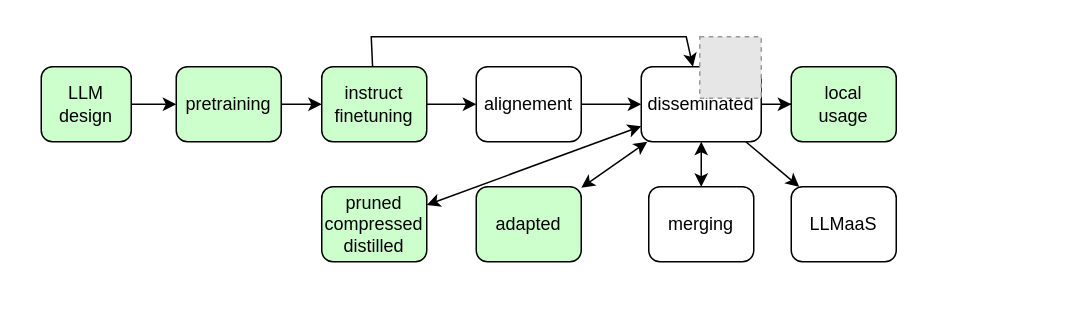
Before: coursLLM.drawio in cerisara/draws, a draw.io diagram. Source tidied: cells renumbered, new cells numbered last; positions are measured from the earlier drawing's top-left corner, leaving out a move shared by most shapes. Both pictures are drawn from the tidied source at 150%, with x=0, y=0 at pixel (40, 36). Pictures stored in the file or linked from it are replaced by grey dashed boxes.
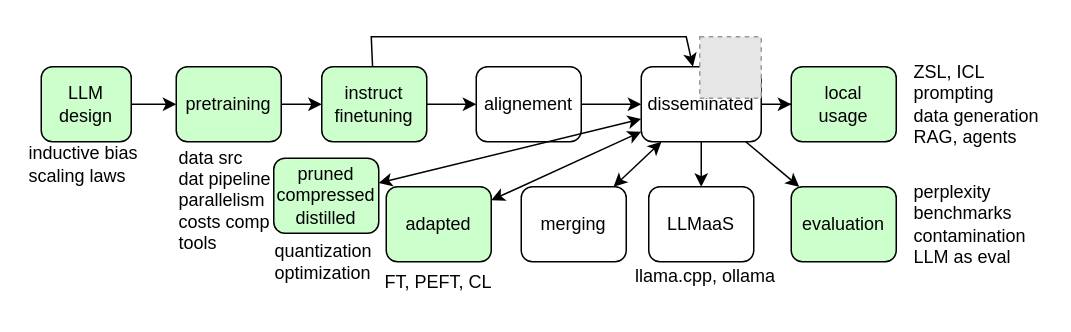
Above is the later version.

The change refers to these unchanged cells:
```xml
<mxCell id="12" value="disseminated" style="rounded=1;whiteSpace=wrap;html=1;" parent="1" vertex="1">
  <mxGeometry x="400" y="20" width="80" height="50" as="geometry" />
</mxCell>
```

Diff of the diagram source:
```diff
@@
-    <mxCell id="11" style="edgeStyle=orthogonalEdgeStyle;rounded=0;jettySize=auto;html=1;startArrow=classic;startFill=1;" parent="1" edge="1" source="12" target="14">
-      <mxGeometry relative="1" as="geometry" />
-    </mxCell>
@@
     <mxCell id="14" value="merging" style="rounded=1;whiteSpace=wrap;html=1;" parent="1" vertex="1">
-      <mxGeometry x="405" y="100" width="70" height="50" as="geometry" />
+      <mxGeometry x="320" y="100" width="70" height="50" as="geometry" />
     </mxCell>
     <mxCell id="15" value="adapted" style="rounded=1;whiteSpace=wrap;html=1;fillColor=#CCFFCC;" parent="1" vertex="1">
-      <mxGeometry x="290" y="100" width="70" height="50" as="geometry" />
+      <mxGeometry x="230" y="100" width="70" height="50" as="geometry" />
     </mxCell>
     <mxCell id="16" value="pruned compressed&lt;br&gt;distilled" style="rounded=1;whiteSpace=wrap;html=1;fillColor=#CCFFCC;" parent="1" vertex="1">
-      <mxGeometry x="187" y="100" width="70" height="50" as="geometry" />
+      <mxGeometry x="155" y="81" width="70" height="50" as="geometry" />
     </mxCell>
@@
     <mxCell id="18" value="LLMaaS" style="rounded=1;whiteSpace=wrap;html=1;" parent="1" vertex="1">
-      <mxGeometry x="500" y="100" width="70" height="50" as="geometry" />
+      <mxGeometry x="405" y="100" width="70" height="50" as="geometry" />
     </mxCell>
@@
+    <mxCell id="23" value="inductive bias&lt;br&gt;scaling laws" style="text;html=1;strokeColor=none;fillColor=none;align=left;verticalAlign=middle;whiteSpace=wrap;rounded=0;" parent="1" vertex="1">
+      <mxGeometry x="-10" y="70" width="80" height="30" as="geometry" />
+    </mxCell>
+    <mxCell id="11" style="endArrow=classic;html=1;rounded=0;startArrow=classic;startFill=1;" parent="1" edge="1" source="12" target="14">
+      <mxGeometry relative="1" as="geometry" />
+    </mxCell>
+    <mxCell id="24" value="evaluation" style="rounded=1;whiteSpace=wrap;html=1;fillColor=#CCFFCC;" parent="1" vertex="1">
+      <mxGeometry x="500" y="100" width="70" height="50" as="geometry" />
+    </mxCell>
+    <mxCell id="25" style="endArrow=classic;html=1;rounded=0;" parent="1" edge="1" source="12" target="24">
+      <mxGeometry relative="1" as="geometry" />
+    </mxCell>
+    <mxCell id="26" value="ZSL, ICL&lt;br&gt;prompting&lt;br&gt;data generation&lt;br&gt;RAG, agents" style="text;html=1;strokeColor=none;fillColor=none;align=left;verticalAlign=middle;whiteSpace=wrap;rounded=0;" parent="1" vertex="1">
+      <mxGeometry x="580" y="9" width="90" height="72" as="geometry" />
+    </mxCell>
+    <mxCell id="27" value="FT, PEFT, CL" style="text;html=1;strokeColor=none;fillColor=none;align=center;verticalAlign=middle;whiteSpace=wrap;rounded=0;" parent="1" vertex="1">
+      <mxGeometry x="225" y="149" width="80" height="30" as="geometry" />
+    </mxCell>
+    <mxCell id="28" value="perplexity&lt;br&gt;benchmarks&lt;br&gt;contamination&lt;br&gt;LLM as eval" style="text;html=1;strokeColor=none;fillColor=none;align=left;verticalAlign=middle;whiteSpace=wrap;rounded=0;" parent="1" vertex="1">
+      <mxGeometry x="580" y="89" width="90" height="72" as="geometry" />
+    </mxCell>
+    <mxCell id="29" value="quantization&lt;br&gt;optimization" style="text;html=1;strokeColor=none;fillColor=none;align=left;verticalAlign=middle;whiteSpace=wrap;rounded=0;" parent="1" vertex="1">
+      <mxGeometry x="154" y="135" width="80" height="30" as="geometry" />
+    </mxCell>
+    <mxCell id="30" value="llama.cpp, ollama" style="text;html=1;strokeColor=none;fillColor=none;align=center;verticalAlign=middle;whiteSpace=wrap;rounded=0;" parent="1" vertex="1">
+      <mxGeometry x="393" y="145" width="100" height="30" as="geometry" />
+    </mxCell>
+    <mxCell id="31" value="data src&lt;br&gt;dat pipeline&lt;br&gt;parallelism&lt;br&gt;costs comp&lt;br&gt;tools" style="text;html=1;strokeColor=none;fillColor=none;align=left;verticalAlign=middle;whiteSpace=wrap;rounded=0;" parent="1" vertex="1">
+      <mxGeometry x="90" y="73" width="90" height="72" as="geometry" />
+    </mxCell>
```
